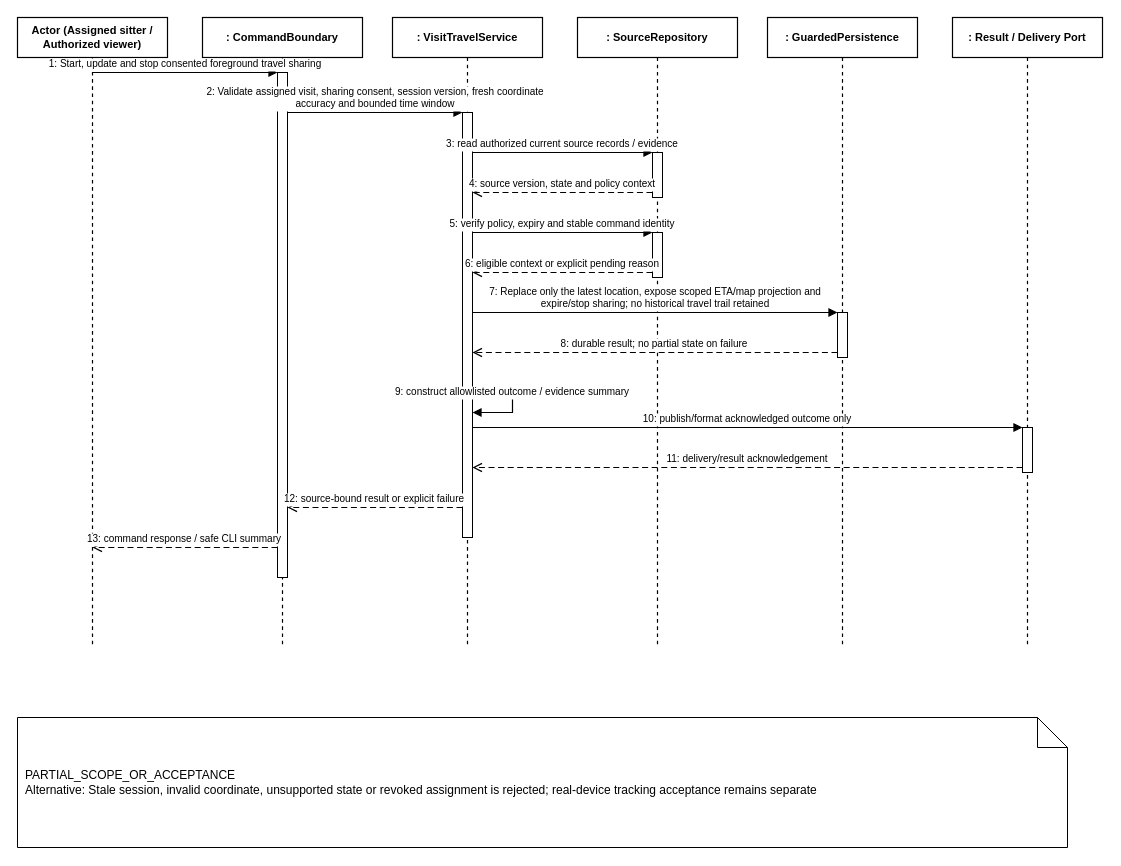
Above: doc/reports/report4/sequence/travel-01.drawio in ngocthanhhx7/SEP490_G101_FALL2026 (draw.io), before the change. Source tidied: cells renumbered, new cells numbered last; positions are measured from the earlier drawing's top-left corner, leaving out a move shared by most shapes. Both pictures are drawn from the tidied source at 100%, with x=0, y=0 at pixel (17, 17).
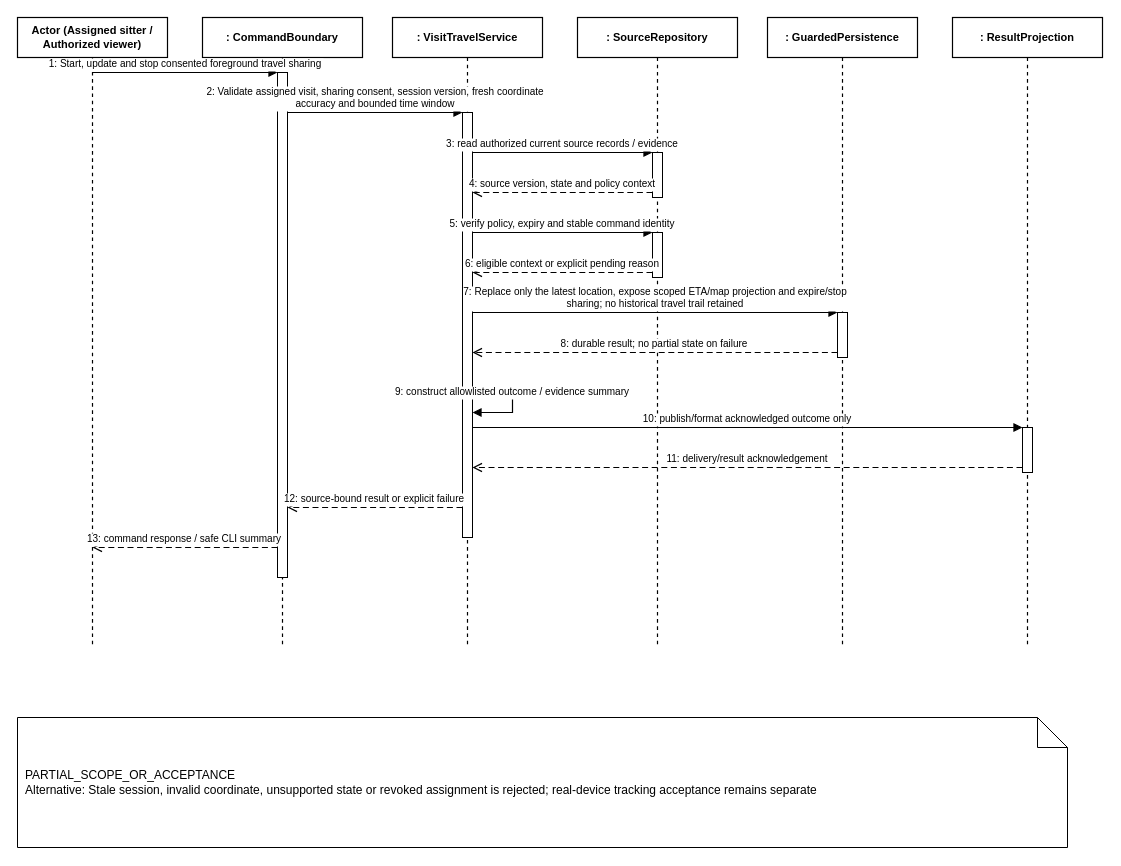
The same diagram, later.

What changed in the source:
```diff
@@
-    <mxCell id="7" value=": Result / Delivery Port" style="shape=umlLifeline;perimeter=lifelinePerimeter;whiteSpace=wrap;html=0;size=40;fillColor=#FFFFFF;strokeColor=#000000;strokeWidth=1.2;fontStyle=1;fontSize=11;align=center;" parent="1" vertex="1">
+    <mxCell id="7" value=": ResultProjection" style="shape=umlLifeline;perimeter=lifelinePerimeter;whiteSpace=wrap;html=0;size=40;fillColor=#FFFFFF;strokeColor=#000000;strokeWidth=1.2;fontStyle=1;fontSize=11;align=center;" parent="1" vertex="1">
       <mxGeometry x="935" width="150" height="630" as="geometry" />
     </mxCell>
@@
-    <mxCell id="20" value="7: Replace only the latest location, expose scoped ETA/map projection and&#10;expire/stop sharing; no historical travel trail retained" style="html=0;verticalAlign=bottom;endArrow=block;endFill=1;strokeColor=#000000;strokeWidth=1.2;fontSize=10;fontColor=#000000;edgeStyle=orthogonalEdgeStyle;rounded=0;" parent="1" edge="1">
+    <mxCell id="20" value="7: Replace only the latest location, expose scoped ETA/map projection and expire/stop&#10;sharing; no historical travel trail retained" style="html=0;verticalAlign=bottom;endArrow=block;endFill=1;strokeColor=#000000;strokeWidth=1.2;fontSize=10;fontColor=#000000;edgeStyle=orthogonalEdgeStyle;rounded=0;" parent="1" edge="1">
       <mxGeometry relative="1" as="geometry">
         <mxPoint x="455" y="295" as="sourcePoint" />
         <mxPoint x="820" y="295" as="targetPoint" />
       </mxGeometry>
     </mxCell>
```
